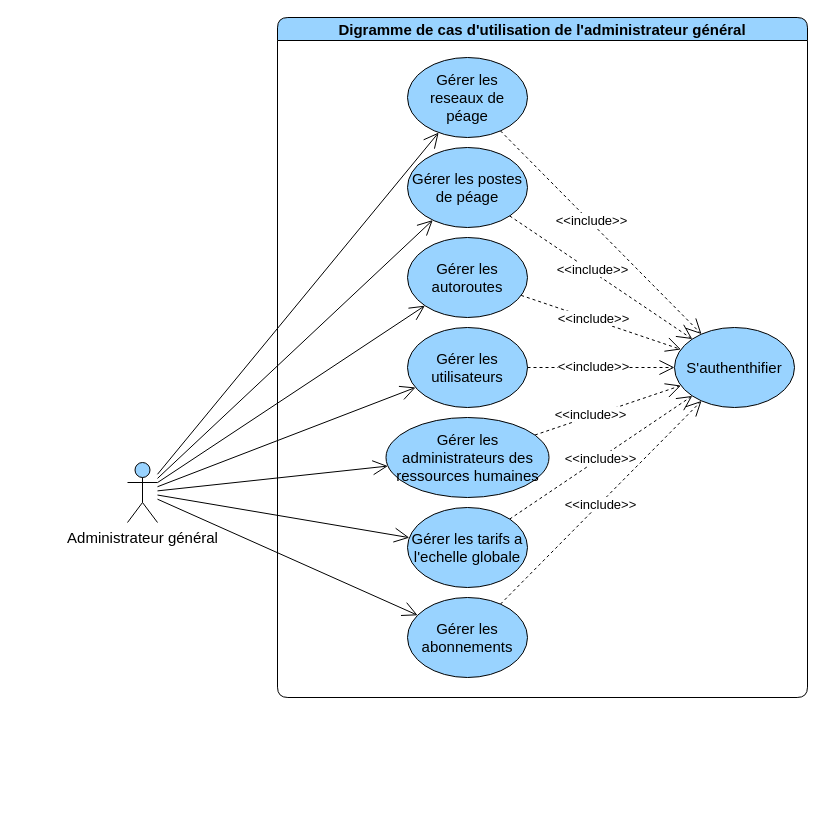
The draw.io diagram page "general" (1 of 9) of diagrams/use-case/administrateur-general.drawio in devlotfi/peage-pay, before the edit. Source tidied: cells renumbered, new cells numbered last; positions are measured from the earlier drawing's top-left corner, leaving out a move shared by most shapes. Both pictures are drawn from the tidied source at 100%, with x=0, y=0 at pixel (127, 17).
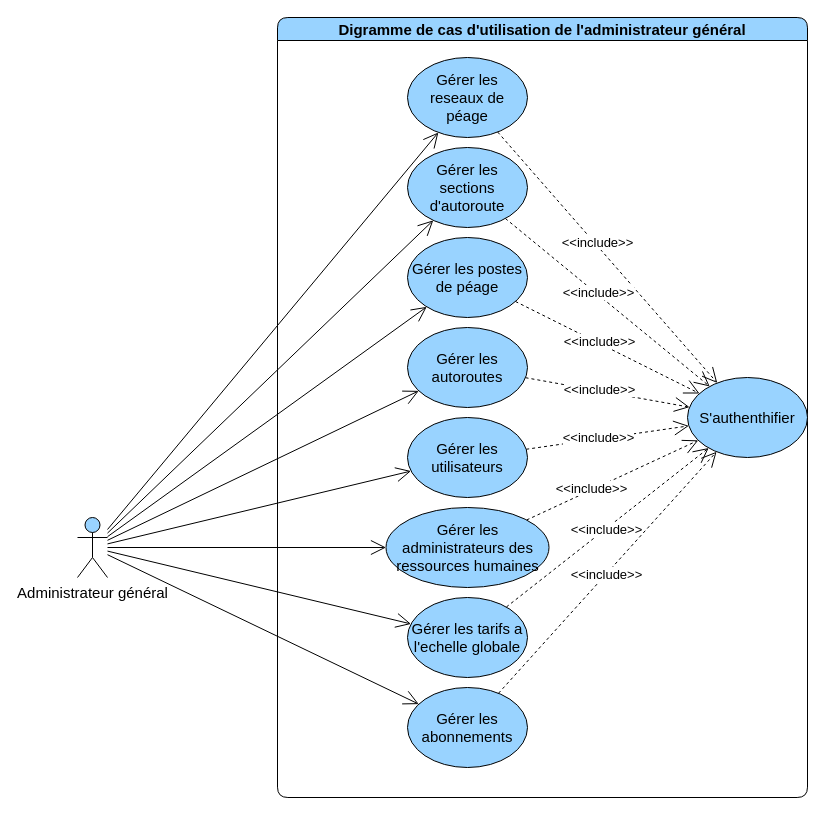
After the change.

What changed in the source:
```diff
@@
     <mxCell id="2" value="Digramme de cas d'utilisation de l'administrateur général" style="swimlane;whiteSpace=wrap;html=1;rounded=1;fillColor=#99D3FF;fontSize=15;" parent="1" vertex="1">
-      <mxGeometry x="150" width="530" height="680" as="geometry" />
+      <mxGeometry x="150" width="530" height="780" as="geometry" />
     </mxCell>
@@
     <mxCell id="5" value="Gérer les autoroutes" style="ellipse;whiteSpace=wrap;html=1;strokeColor=default;align=center;verticalAlign=middle;fontFamily=Helvetica;fontSize=15;fontColor=default;fillColor=#99D3FF;" parent="2" vertex="1">
-      <mxGeometry x="130" y="220" width="120" height="80" as="geometry" />
+      <mxGeometry x="130" y="310" width="120" height="80" as="geometry" />
     </mxCell>
@@
     <mxCell id="8" value="Gérer les administrateurs des ressources humaines" style="ellipse;whiteSpace=wrap;html=1;strokeColor=default;align=center;verticalAlign=middle;fontFamily=Helvetica;fontSize=15;fontColor=default;fillColor=#99D3FF;" parent="2" vertex="1">
-      <mxGeometry x="108.5" y="400" width="163" height="80" as="geometry" />
+      <mxGeometry x="108.5" y="490" width="163" height="80" as="geometry" />
     </mxCell>
@@
     <mxCell id="11" value="S'authenthifier" style="ellipse;whiteSpace=wrap;html=1;strokeColor=default;align=center;verticalAlign=middle;fontFamily=Helvetica;fontSize=15;fontColor=default;fillColor=#99D3FF;" parent="2" vertex="1">
-      <mxGeometry x="397" y="310" width="120" height="80" as="geometry" />
+      <mxGeometry x="410" y="360" width="120" height="80" as="geometry" />
     </mxCell>
     <mxCell id="12" value="Gérer les tarifs a l'echelle globale" style="ellipse;whiteSpace=wrap;html=1;strokeColor=default;align=center;verticalAlign=middle;fontFamily=Helvetica;fontSize=15;fontColor=default;fillColor=#99D3FF;" parent="2" vertex="1">
-      <mxGeometry x="130" y="490" width="120" height="80" as="geometry" />
+      <mxGeometry x="130" y="580" width="120" height="80" as="geometry" />
     </mxCell>
     <mxCell id="13" value="Gérer les abonnements" style="ellipse;whiteSpace=wrap;html=1;strokeColor=default;align=center;verticalAlign=middle;fontFamily=Helvetica;fontSize=15;fontColor=default;fillColor=#99D3FF;" parent="2" vertex="1">
-      <mxGeometry x="130" y="580" width="120" height="80" as="geometry" />
+      <mxGeometry x="130" y="670" width="120" height="80" as="geometry" />
     </mxCell>
@@
     <mxCell id="16" value="Gérer les utilisateurs" style="ellipse;whiteSpace=wrap;html=1;strokeColor=default;align=center;verticalAlign=middle;fontFamily=Helvetica;fontSize=15;fontColor=default;fillColor=#99D3FF;" parent="2" vertex="1">
-      <mxGeometry x="130" y="310" width="120" height="80" as="geometry" />
+      <mxGeometry x="130" y="400" width="120" height="80" as="geometry" />
     </mxCell>
@@
     <mxCell id="20" value="Gérer les postes de péage" style="ellipse;whiteSpace=wrap;html=1;strokeColor=default;align=center;verticalAlign=middle;fontFamily=Helvetica;fontSize=15;fontColor=default;fillColor=#99D3FF;" parent="2" vertex="1">
-      <mxGeometry x="130" y="130" width="120" height="80" as="geometry" />
+      <mxGeometry x="130" y="220" width="120" height="80" as="geometry" />
     </mxCell>
@@
+    <mxCell id="33" value="Gérer les sections d'autoroute" style="ellipse;whiteSpace=wrap;html=1;strokeColor=default;align=center;verticalAlign=middle;fontFamily=Helvetica;fontSize=15;fontColor=default;fillColor=#99D3FF;" parent="2" vertex="1">
+      <mxGeometry x="130" y="130" width="120" height="80" as="geometry" />
+    </mxCell>
+    <mxCell id="34" style="edgeStyle=none;rounded=0;jettySize=auto;html=1;strokeColor=default;align=center;verticalAlign=middle;fontFamily=Helvetica;fontSize=15;fontColor=default;labelBackgroundColor=default;startSize=6;endArrow=open;endFill=0;endSize=13;dashed=1;" parent="2" edge="1" source="33" target="11">
+      <mxGeometry relative="1" as="geometry" />
+    </mxCell>
+    <mxCell id="35" value="&amp;lt;&amp;lt;include&amp;gt;&amp;gt;" style="edgeLabel;html=1;align=center;verticalAlign=middle;strokeColor=default;fontFamily=Helvetica;fontSize=13;fontColor=default;labelBackgroundColor=default;fillColor=#99D3FF;" parent="34" vertex="1">
+      <mxGeometry x="-0.11" y="2" relative="1" as="geometry" />
+    </mxCell>
@@
     <mxCell id="29" value="Administrateur général" style="shape=umlActor;verticalLabelPosition=bottom;verticalAlign=top;html=1;outlineConnect=0;strokeColor=default;align=center;fontFamily=Helvetica;fontSize=15;fontColor=default;fillColor=#99D3FF;" parent="1" vertex="1">
-      <mxGeometry y="445" width="30" height="60" as="geometry" />
+      <mxGeometry x="-50" y="500" width="30" height="60" as="geometry" />
     </mxCell>
@@
+    <mxCell id="36" style="rounded=0;jettySize=auto;html=1;fontFamily=Helvetica;fontSize=15;fontColor=default;endArrow=open;endFill=0;startSize=6;endSize=13;" parent="1" edge="1" source="29" target="33">
+      <mxGeometry relative="1" as="geometry" />
+    </mxCell>
```
